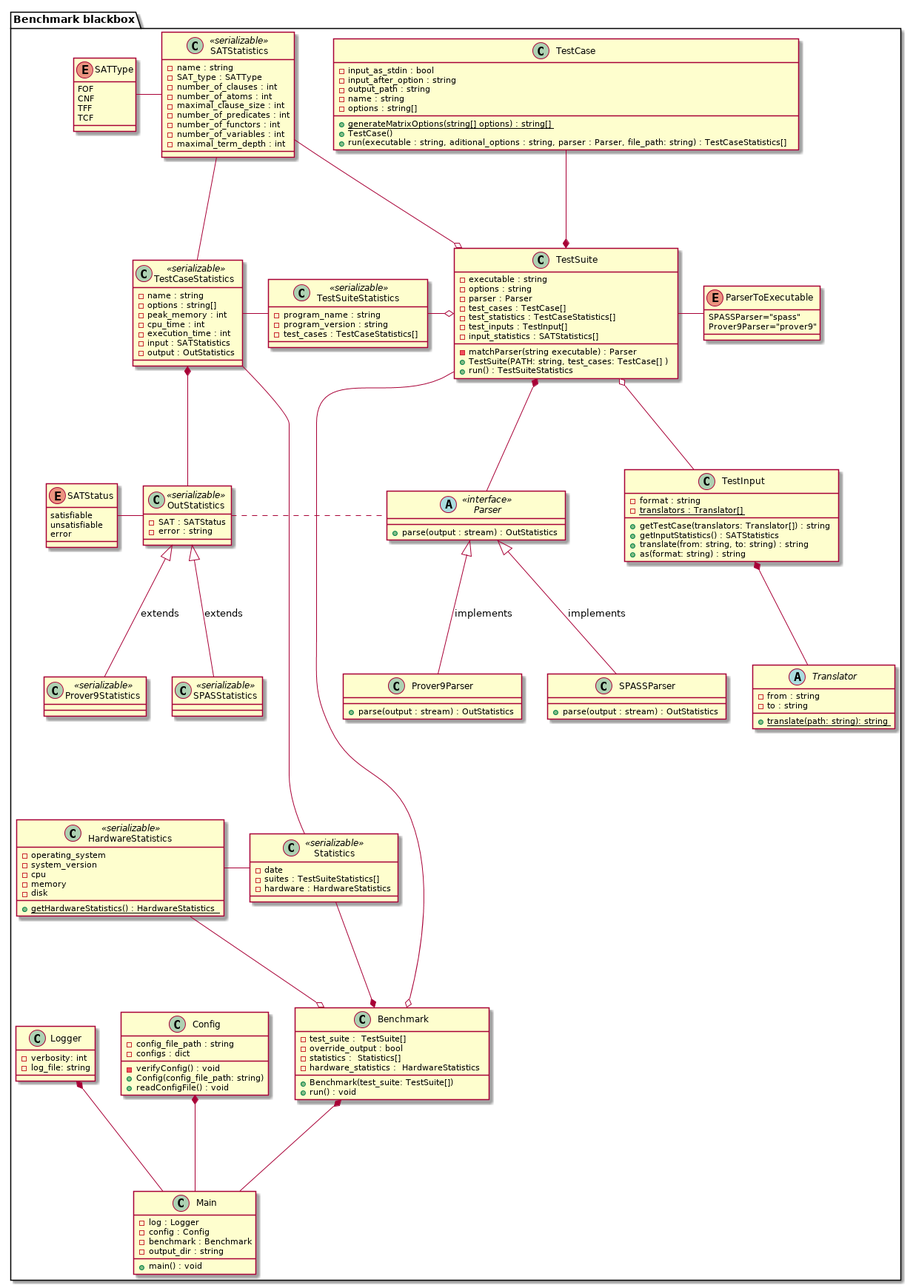
Mateusz-Grzelinski/set-research-documentation keeps this PlantUML diagram as benchmark/class_diagram.png. Above is the earlier version.
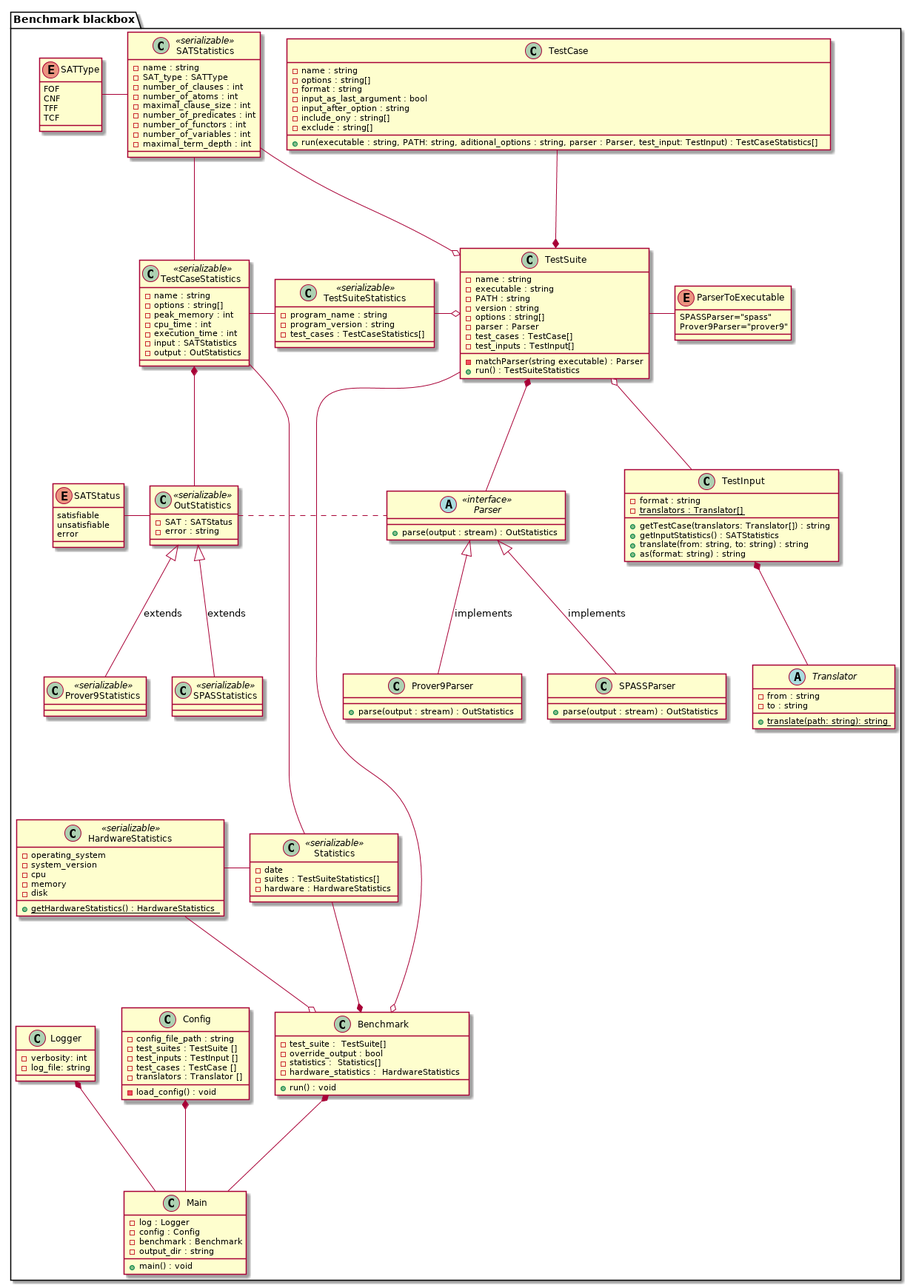
Above is the later version.

The edit, as a diff of the source:
```diff
@@ -150,37 +150,39 @@
 }
 
 class TestCase {
-  - input_as_stdin : bool
-  - input_after_option : string
-  - output_path : string
   - name : string
   - options : string[]
+  - format : string
+  - input_as_last_argument : bool
+  - input_after_option : string
+  - include_ony : string[]
+  - exclude : string[]
 
-  + {static} generateMatrixOptions(string[] options) : string[]
-  + TestCase()
-  + run(executable : string, aditional_options : string, parser : Parser, file_path: string) : TestCaseStatistics[]
+  + run(executable : string, PATH: string, aditional_options : string, parser : Parser, test_input: TestInput) : TestCaseStatistics[]
 }
 
 class TestSuite {
+  - name : string
   - executable : string
-  - options : string
+  - PATH : string
+  - version : string
+  - options : string[]
   - parser : Parser
   - test_cases : TestCase[]
-  - test_statistics : TestCaseStatistics[]
   - test_inputs : TestInput[]
-  - input_statistics : SATStatistics[]
 
   - matchParser(string executable) : Parser
-  + TestSuite(PATH: string, test_cases: TestCase[] )
   + run() : TestSuiteStatistics
 }
 
 class Config {
   - config_file_path : string
-  - configs : dict
-  - verifyConfig() : void
-  + Config(config_file_path: string)
-  + readConfigFile() : void
+  - test_suites : TestSuite []
+  - test_inputs : TestInput []
+  - test_cases : TestCase []
+  - translators : Translator []
+
+  - load_config() : void
 }
 
 class Benchmark {
@@ -188,7 +190,6 @@
   - override_output : bool
   - statistics :  Statistics[]
   - hardware_statistics :  HardwareStatistics
-  + Benchmark(test_suite: TestSuite[])
   + run() : void
 }
 
```
